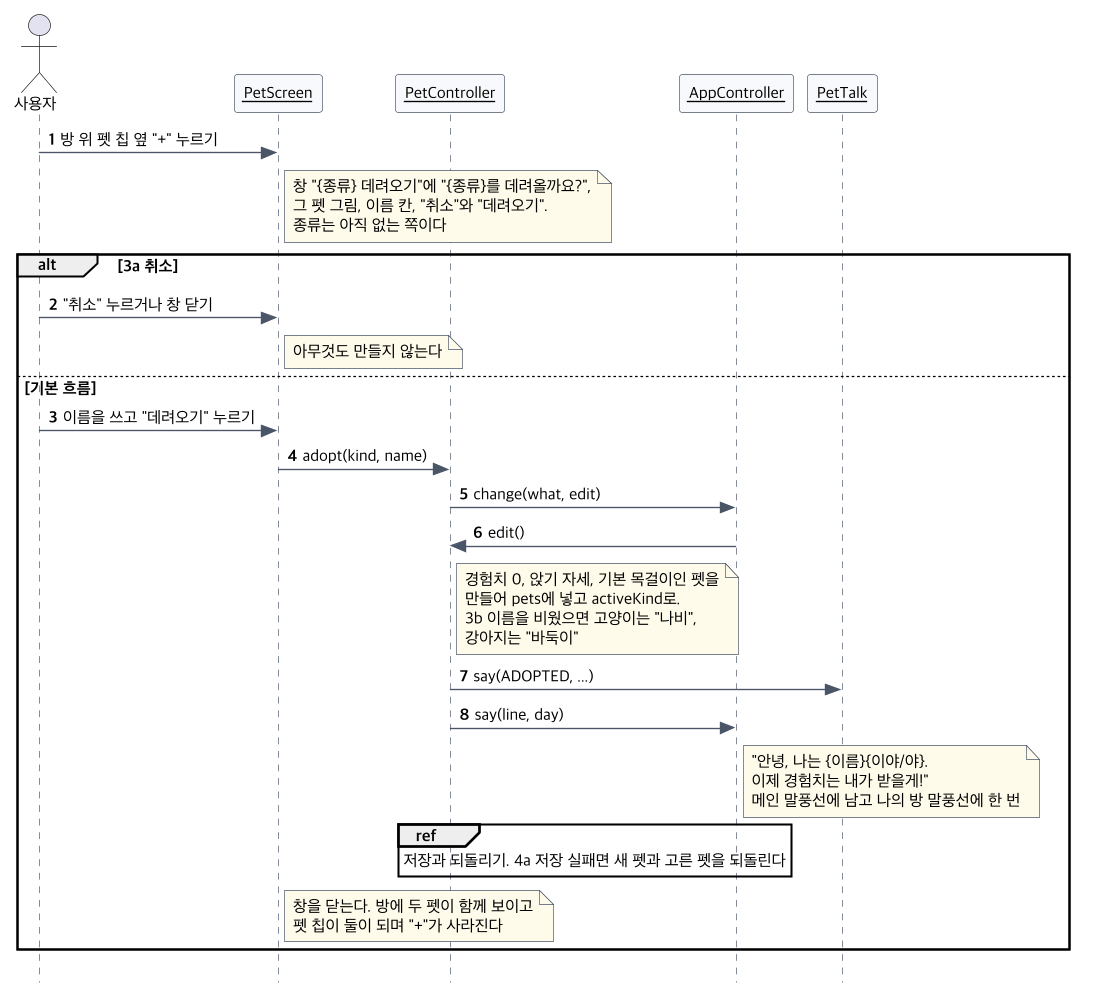
This is docs/diagrams/seq-uc20.png from 2026-2-software-system-design-11/planning-pet-app, a PlantUML export, as it was before one commit. The source it was exported from:
```plantuml
@startuml seq-uc20
!include seq-common.iuml
actor 사용자
$obj(PetScreen)
$obj(PetController)
$obj(AppController)
$obj(PetTalk)
사용자 -> PetScreen : 방 위 펫 칩 옆 "+" 누르기
note right of PetScreen : 창 "{종류} 데려오기"에 "{종류}를 데려올까요?",\n그 펫 그림, 이름 칸, "취소"와 "데려오기".\n종류는 아직 없는 쪽이다
alt 3a 취소
  사용자 -> PetScreen : "취소" 누르거나 창 닫기
  note right of PetScreen : 아무것도 만들지 않는다
else 기본 흐름
  사용자 -> PetScreen : 이름을 쓰고 "데려오기" 누르기
  PetScreen -> PetController : adopt(kind, name)
  PetController -> AppController : change(what, edit)
  AppController -> PetController : edit()
  note right of PetController : 경험치 0, 앉기 자세, 기본 목걸이인 펫을\n만들어 pets에 넣고 activeKind로.\n3b 이름을 비웠으면 고양이는 "나비",\n강아지는 "바둑이"
  PetController -> PetTalk : say(ADOPTED, ...)
  PetController -> AppController : say(line, day)
  note right of AppController : "안녕, 나는 {이름}{이야/야}.\n이제 경험치는 내가 받을게!"\n메인 말풍선에 남고 나의 방 말풍선에 한 번
  ref over PetController, AppController : 저장과 되돌리기. 4a 저장 실패면 새 펫과 고른 펫을 되돌린다
  note right of PetScreen : 창을 닫는다. 방에 두 펫이 함께 보이고\n펫 칩이 둘이 되며 "+"가 사라진다
end
@enduml
```
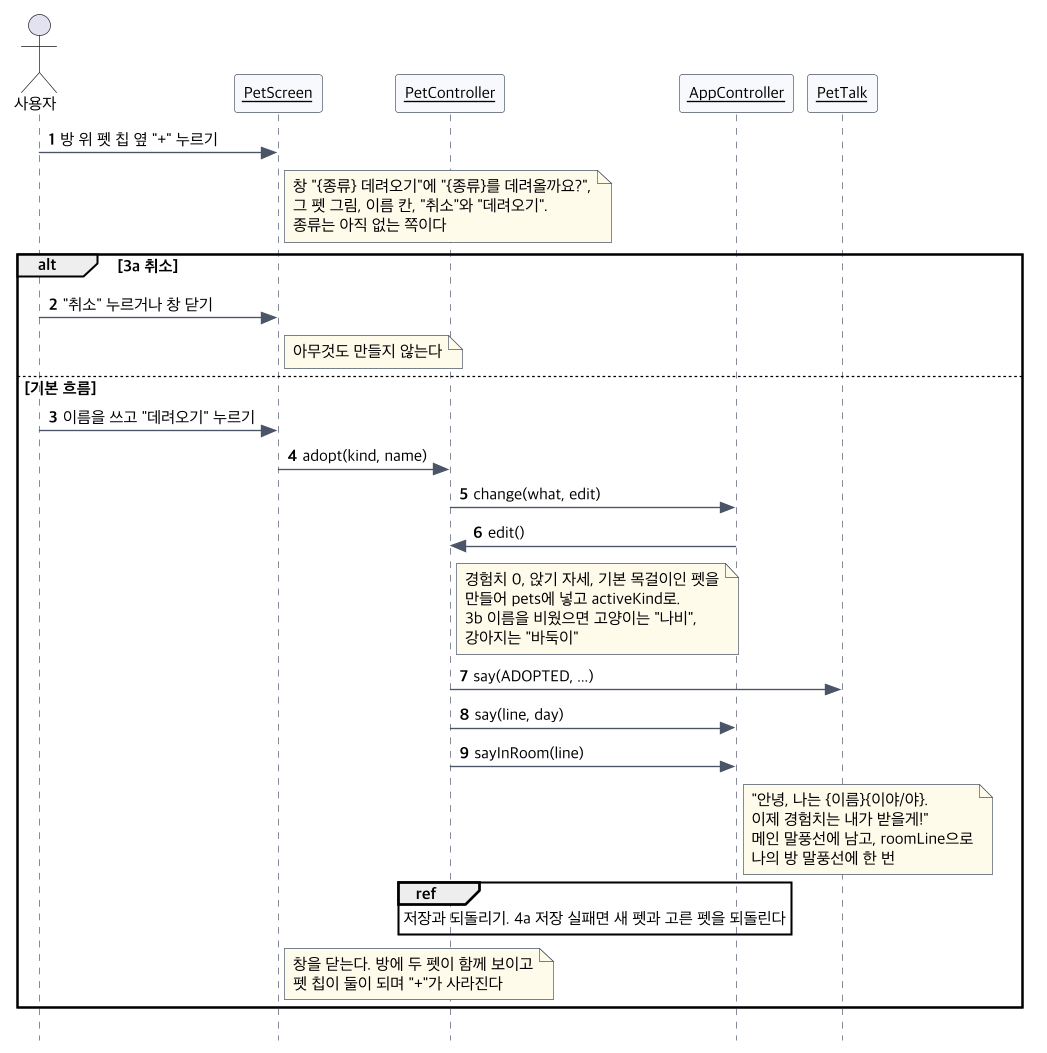
Later version of the same file.

Commit message:
docs(pet): 04 UC-14, UC-15, UC-20에 나의 방 말풍선의 한 번 하는 말(sayInRoom) 그리기 (#300)

The edit, as a diff of the source:
```diff
@@ -18,7 +18,8 @@
   note right of PetController : 경험치 0, 앉기 자세, 기본 목걸이인 펫을\n만들어 pets에 넣고 activeKind로.\n3b 이름을 비웠으면 고양이는 "나비",\n강아지는 "바둑이"
   PetController -> PetTalk : say(ADOPTED, ...)
   PetController -> AppController : say(line, day)
-  note right of AppController : "안녕, 나는 {이름}{이야/야}.\n이제 경험치는 내가 받을게!"\n메인 말풍선에 남고 나의 방 말풍선에 한 번
+  PetController -> AppController : sayInRoom(line)
+  note right of AppController : "안녕, 나는 {이름}{이야/야}.\n이제 경험치는 내가 받을게!"\n메인 말풍선에 남고, roomLine으로\n나의 방 말풍선에 한 번
   ref over PetController, AppController : 저장과 되돌리기. 4a 저장 실패면 새 펫과 고른 펫을 되돌린다
   note right of PetScreen : 창을 닫는다. 방에 두 펫이 함께 보이고\n펫 칩이 둘이 되며 "+"가 사라진다
 end
```
